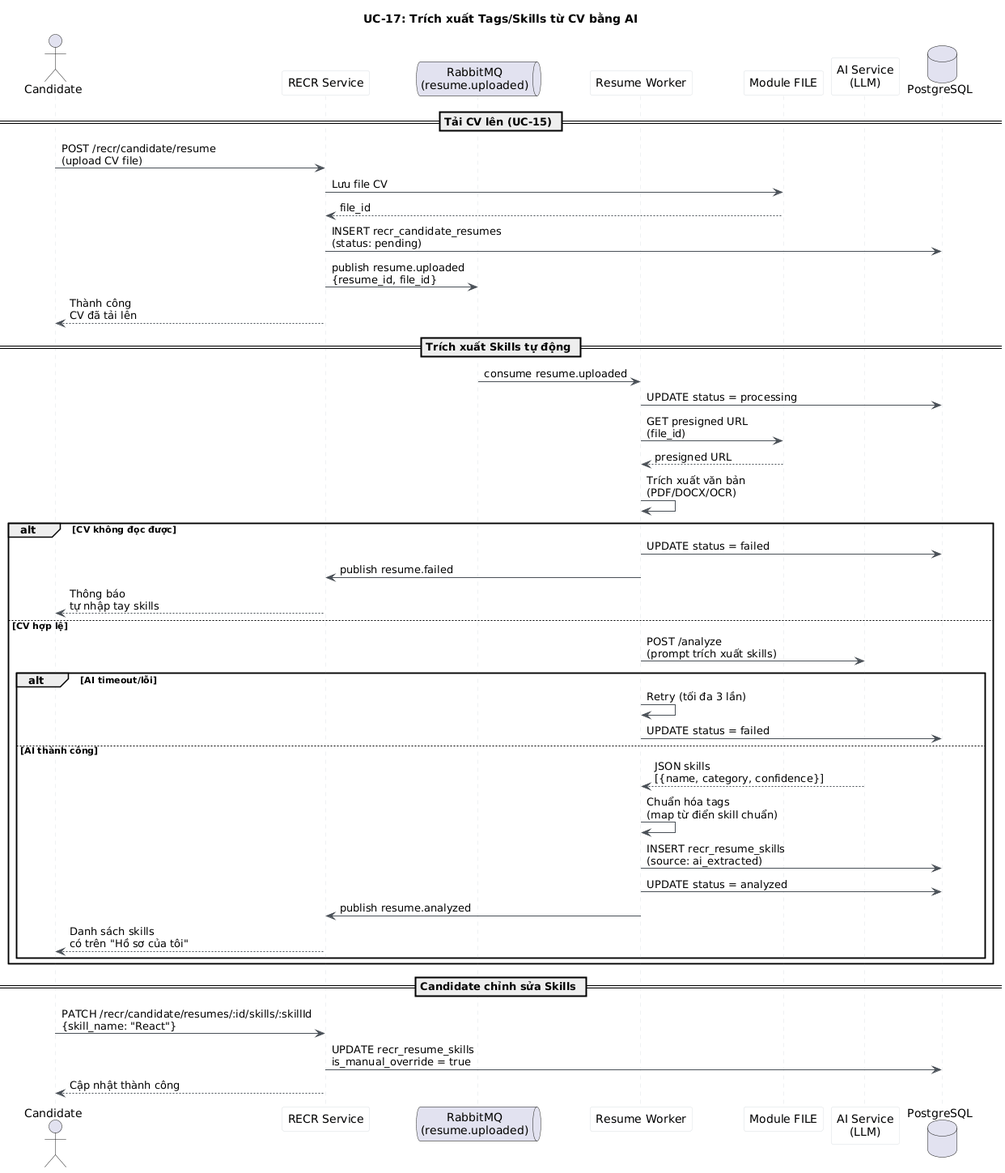
namnh240795/document keeps this PlantUML diagram as modules/recr/images/sequence/uc17-resume-skill-extraction-sequence.png. Above is the earlier version. Source of this version:
```plantuml
@startuml uc17-resume-skill-extraction-sequence
title UC-17: Trích xuất Tags/Skills từ CV bằng AI
skinparam sequenceArrowColor #495057
skinparam sequenceLifeLineBorderColor #dee2e6
skinparam sequenceParticipantBackgroundColor #f8f9fa
skinparam sequenceParticipantBorderColor #dee2e6

actor "Candidate" as Candidate
participant "RECR Service" as RECR
queue "RabbitMQ\n(resume.uploaded)" as MQ
participant "Resume Worker" as Worker
participant "Module FILE" as FILE
participant "AI Service\n(LLM)" as AI
database "PostgreSQL" as DB

== Tải CV lên (UC-15) ==

Candidate -> RECR : POST /recr/candidate/resume\n(upload CV file)
RECR -> FILE : Lưu file CV
FILE --> RECR : file_id
RECR -> DB : INSERT recr_candidate_resumes\n(status: pending)
RECR -> MQ : publish resume.uploaded\n{resume_id, file_id}
RECR --> Candidate : Thành công\nCV đã tải lên

== Trích xuất Skills tự động ==

MQ -> Worker : consume resume.uploaded
Worker -> DB : UPDATE status = processing
Worker -> FILE : GET presigned URL\n(file_id)
FILE --> Worker : presigned URL
Worker -> Worker : Trích xuất văn bản\n(PDF/DOCX/OCR)

alt CV không đọc được
  Worker -> DB : UPDATE status = failed
  Worker -> RECR : publish resume.failed
  RECR --> Candidate : Thông báo\ntự nhập tay skills
else CV hợp lệ
  Worker -> AI : POST /analyze\n(prompt trích xuất skills)
  alt AI timeout/lỗi
    Worker -> Worker : Retry (tối đa 3 lần)
    Worker -> DB : UPDATE status = failed
  else AI thành công
    AI --> Worker : JSON skills\n[{name, category, confidence}]
    Worker -> Worker : Chuẩn hóa tags\n(map từ điển skill chuẩn)
    Worker -> DB : INSERT recr_resume_skills\n(source: ai_extracted)
    Worker -> DB : UPDATE status = analyzed
    Worker -> RECR : publish resume.analyzed
    RECR --> Candidate : Danh sách skills\ncó trên "Hồ sơ của tôi"
  end
end

== Candidate chỉnh sửa Skills ==

Candidate -> RECR : PATCH /recr/candidate/resumes/:id/skills/:skillId\n{skill_name: "React"}
RECR -> DB : UPDATE recr_resume_skills\nis_manual_override = true
RECR --> Candidate : Cập nhật thành công

@enduml
```
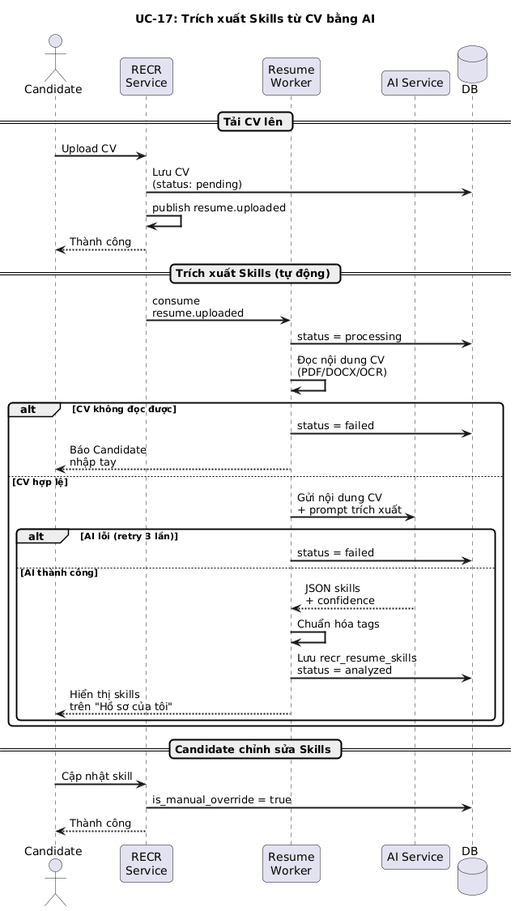
Later version of the same file.

Commit message:
refactor(recr): simplify UC-17 sequence diagram

- Reduce participants from 7 to 5
- Simplify labels and flow
- Cleaner visual layout

The edit, as a diff of the source:
```diff
@@ -1,58 +1,48 @@
 @startuml uc17-resume-skill-extraction-sequence
-title UC-17: Trích xuất Tags/Skills từ CV bằng AI
-skinparam sequenceArrowColor #495057
-skinparam sequenceLifeLineBorderColor #dee2e6
-skinparam sequenceParticipantBackgroundColor #f8f9fa
-skinparam sequenceParticipantBorderColor #dee2e6
+title UC-17: Trích xuất Skills từ CV bằng AI
+skinparam backgroundColor white
+skinparam sequenceArrowThickness 2
+skinparam roundcorner 10
+skinparam sequenceParticipantPadding 20
 
-actor "Candidate" as Candidate
-participant "RECR Service" as RECR
-queue "RabbitMQ\n(resume.uploaded)" as MQ
-participant "Resume Worker" as Worker
-participant "Module FILE" as FILE
-participant "AI Service\n(LLM)" as AI
-database "PostgreSQL" as DB
+actor "Candidate" as C
+participant "RECR\nService" as R
+participant "Resume\nWorker" as W
+participant "AI Service" as AI
+database "DB" as DB
 
-== Tải CV lên (UC-15) ==
+== Tải CV lên ==
 
-Candidate -> RECR : POST /recr/candidate/resume\n(upload CV file)
-RECR -> FILE : Lưu file CV
-FILE --> RECR : file_id
-RECR -> DB : INSERT recr_candidate_resumes\n(status: pending)
-RECR -> MQ : publish resume.uploaded\n{resume_id, file_id}
-RECR --> Candidate : Thành công\nCV đã tải lên
+C -> R : Upload CV
+R -> DB : Lưu CV\n(status: pending)
+R -> R : publish resume.uploaded
+R --> C : Thành công
 
-== Trích xuất Skills tự động ==
+== Trích xuất Skills (tự động) ==
 
-MQ -> Worker : consume resume.uploaded
-Worker -> DB : UPDATE status = processing
-Worker -> FILE : GET presigned URL\n(file_id)
-FILE --> Worker : presigned URL
-Worker -> Worker : Trích xuất văn bản\n(PDF/DOCX/OCR)
+R -> W : consume\nresume.uploaded
+W -> DB : status = processing
+W -> W : Đọc nội dung CV\n(PDF/DOCX/OCR)
 
 alt CV không đọc được
-  Worker -> DB : UPDATE status = failed
-  Worker -> RECR : publish resume.failed
-  RECR --> Candidate : Thông báo\ntự nhập tay skills
+  W -> DB : status = failed
+  W --> C : Báo Candidate\nnhập tay
 else CV hợp lệ
-  Worker -> AI : POST /analyze\n(prompt trích xuất skills)
-  alt AI timeout/lỗi
-    Worker -> Worker : Retry (tối đa 3 lần)
-    Worker -> DB : UPDATE status = failed
+  W -> AI : Gửi nội dung CV\n+ prompt trích xuất
+  alt AI lỗi (retry 3 lần)
+    W -> DB : status = failed
   else AI thành công
-    AI --> Worker : JSON skills\n[{name, category, confidence}]
-    Worker -> Worker : Chuẩn hóa tags\n(map từ điển skill chuẩn)
-    Worker -> DB : INSERT recr_resume_skills\n(source: ai_extracted)
-    Worker -> DB : UPDATE status = analyzed
-    Worker -> RECR : publish resume.analyzed
-    RECR --> Candidate : Danh sách skills\ncó trên "Hồ sơ của tôi"
+    AI --> W : JSON skills\n+ confidence
+    W -> W : Chuẩn hóa tags
+    W -> DB : Lưu recr_resume_skills\nstatus = analyzed
+    W --> C : Hiển thị skills\ntrên "Hồ sơ của tôi"
   end
 end
 
 == Candidate chỉnh sửa Skills ==
 
-Candidate -> RECR : PATCH /recr/candidate/resumes/:id/skills/:skillId\n{skill_name: "React"}
-RECR -> DB : UPDATE recr_resume_skills\nis_manual_override = true
-RECR --> Candidate : Cập nhật thành công
+C -> R : Cập nhật skill
+R -> DB : is_manual_override = true
+R --> C : Thành công
 
 @enduml
```
